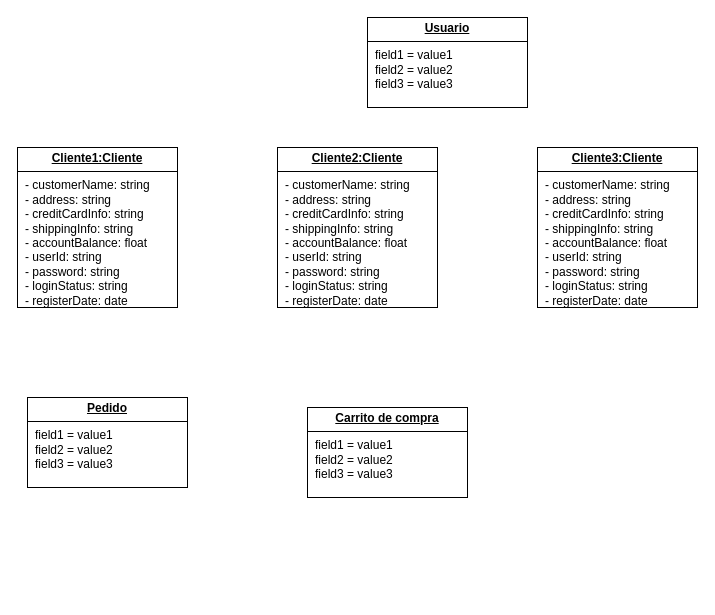
GRMiguelAngel/ETS keeps this draw.io diagram as Diagrama de objetos/Tarea_DO/tarea_asociada2.drawio. Above is the earlier version. Source tidied: cells renumbered, new cells numbered last; positions are measured from the earlier drawing's top-left corner, leaving out a move shared by most shapes. Both pictures are drawn from the tidied source at 100%, with x=0, y=0 at pixel (17, 17).
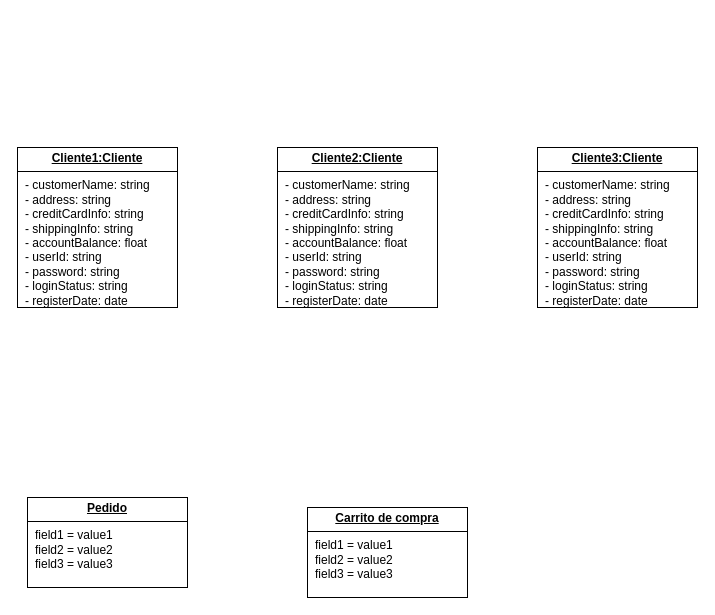
After the change.

Change to the diagram source:
```diff
@@
 <mxGraphModel>
   <root>
     <mxCell id="0" />
     <mxCell id="1" parent="0" />
-    <mxCell id="2" value="&lt;p style=&quot;margin:0px;margin-top:4px;text-align:center;text-decoration:underline;&quot;&gt;&lt;b&gt;Usuario&lt;/b&gt;&lt;br&gt;&lt;/p&gt;&lt;hr style=&quot;border-style:solid;&quot; size=&quot;1&quot;&gt;&lt;p style=&quot;margin:0px;margin-left:8px;&quot;&gt;field1 = value1&lt;br&gt;field2 = value2&lt;br&gt;field3 = value3&lt;/p&gt;" style="verticalAlign=top;align=left;overflow=fill;html=1;whiteSpace=wrap;" parent="1" vertex="1">
-      <mxGeometry x="350" width="160" height="90" as="geometry" />
-    </mxCell>
     <mxCell id="3" value="&lt;p style=&quot;margin:0px;margin-top:4px;text-align:center;text-decoration:underline;&quot;&gt;&lt;b&gt;Pedido&lt;/b&gt;&lt;br&gt;&lt;/p&gt;&lt;hr style=&quot;border-style:solid;&quot; size=&quot;1&quot;&gt;&lt;p style=&quot;margin:0px;margin-left:8px;&quot;&gt;field1 = value1&lt;br&gt;field2 = value2&lt;br&gt;field3 = value3&lt;/p&gt;" style="verticalAlign=top;align=left;overflow=fill;html=1;whiteSpace=wrap;" parent="1" vertex="1">
-      <mxGeometry x="10" y="380" width="160" height="90" as="geometry" />
+      <mxGeometry x="10" y="480" width="160" height="90" as="geometry" />
     </mxCell>
+    <mxCell id="5" value="&lt;p style=&quot;margin:0px;margin-top:4px;text-align:center;text-decoration:underline;&quot;&gt;&lt;b&gt;Cliente1:Cliente&lt;/b&gt;&lt;br&gt;&lt;/p&gt;&lt;hr style=&quot;border-style:solid;&quot; size=&quot;1&quot;&gt;&lt;p style=&quot;margin:0px;margin-left:8px;&quot;&gt;- customerName: string&lt;/p&gt;&lt;p style=&quot;margin:0px;margin-left:8px;&quot;&gt;- address: string&lt;/p&gt;&lt;p style=&quot;margin:0px;margin-left:8px;&quot;&gt;- creditCardInfo: string&lt;/p&gt;&lt;p style=&quot;margin:0px;margin-left:8px;&quot;&gt;- shippingInfo: string&lt;/p&gt;&lt;p style=&quot;margin:0px;margin-left:8px;&quot;&gt;- accountBalance: float&lt;/p&gt;&lt;p style=&quot;margin:0px;margin-left:8px;&quot;&gt;- userId: string&lt;/p&gt;&lt;p style=&quot;margin:0px;margin-left:8px;&quot;&gt;- password: string&lt;/p&gt;&lt;p style=&quot;margin:0px;margin-left:8px;&quot;&gt;- loginStatus: string&lt;/p&gt;&lt;p style=&quot;margin:0px;margin-left:8px;&quot;&gt;- registerDate: date&lt;br&gt;&lt;/p&gt;" style="verticalAlign=top;align=left;overflow=fill;html=1;whiteSpace=wrap;" parent="1" vertex="1">
+      <mxGeometry y="130" width="160" height="160" as="geometry" />
+    </mxCell>
     <mxCell id="4" value="&lt;p style=&quot;margin:0px;margin-top:4px;text-align:center;text-decoration:underline;&quot;&gt;&lt;b&gt;Carrito de compra&lt;/b&gt;&lt;br&gt;&lt;/p&gt;&lt;hr style=&quot;border-style:solid;&quot; size=&quot;1&quot;&gt;&lt;p style=&quot;margin:0px;margin-left:8px;&quot;&gt;field1 = value1&lt;br&gt;field2 = value2&lt;br&gt;field3 = value3&lt;/p&gt;" style="verticalAlign=top;align=left;overflow=fill;html=1;whiteSpace=wrap;" parent="1" vertex="1">
-      <mxGeometry x="290" y="390" width="160" height="90" as="geometry" />
+      <mxGeometry x="290" y="490" width="160" height="90" as="geometry" />
     </mxCell>
-    <mxCell id="5" value="&lt;p style=&quot;margin:0px;margin-top:4px;text-align:center;text-decoration:underline;&quot;&gt;&lt;b&gt;Cliente1:Cliente&lt;/b&gt;&lt;br&gt;&lt;/p&gt;&lt;hr style=&quot;border-style:solid;&quot; size=&quot;1&quot;&gt;&lt;p style=&quot;margin:0px;margin-left:8px;&quot;&gt;- customerName: string&lt;/p&gt;&lt;p style=&quot;margin:0px;margin-left:8px;&quot;&gt;- address: string&lt;/p&gt;&lt;p style=&quot;margin:0px;margin-left:8px;&quot;&gt;- creditCardInfo: string&lt;/p&gt;&lt;p style=&quot;margin:0px;margin-left:8px;&quot;&gt;- shippingInfo: string&lt;/p&gt;&lt;p style=&quot;margin:0px;margin-left:8px;&quot;&gt;- accountBalance: float&lt;/p&gt;&lt;p style=&quot;margin:0px;margin-left:8px;&quot;&gt;- userId: string&lt;/p&gt;&lt;p style=&quot;margin:0px;margin-left:8px;&quot;&gt;- password: string&lt;/p&gt;&lt;p style=&quot;margin:0px;margin-left:8px;&quot;&gt;- loginStatus: string&lt;/p&gt;&lt;p style=&quot;margin:0px;margin-left:8px;&quot;&gt;- registerDate: date&lt;br&gt;&lt;/p&gt;" style="verticalAlign=top;align=left;overflow=fill;html=1;whiteSpace=wrap;" parent="1" vertex="1">
-      <mxGeometry y="130" width="160" height="160" as="geometry" />
-    </mxCell>
     <mxCell id="6" style="edgeStyle=orthogonalEdgeStyle;rounded=0;orthogonalLoop=1;jettySize=auto;html=1;exitX=0.5;exitY=1;exitDx=0;exitDy=0;" parent="1" edge="1" source="5" target="5">
       <mxGeometry relative="1" as="geometry" />
     </mxCell>
     <mxCell id="7" value="&lt;p style=&quot;margin:0px;margin-top:4px;text-align:center;text-decoration:underline;&quot;&gt;&lt;b&gt;Cliente2:Cliente&lt;/b&gt;&lt;br&gt;&lt;/p&gt;&lt;hr style=&quot;border-style:solid;&quot; size=&quot;1&quot;&gt;&lt;p style=&quot;margin:0px;margin-left:8px;&quot;&gt;- customerName: string&lt;/p&gt;&lt;p style=&quot;margin:0px;margin-left:8px;&quot;&gt;- address: string&lt;/p&gt;&lt;p style=&quot;margin:0px;margin-left:8px;&quot;&gt;- creditCardInfo: string&lt;/p&gt;&lt;p style=&quot;margin:0px;margin-left:8px;&quot;&gt;- shippingInfo: string&lt;/p&gt;&lt;p style=&quot;margin:0px;margin-left:8px;&quot;&gt;- accountBalance: float&lt;/p&gt;&lt;p style=&quot;margin:0px;margin-left:8px;&quot;&gt;- userId: string&lt;/p&gt;&lt;p style=&quot;margin:0px;margin-left:8px;&quot;&gt;- password: string&lt;/p&gt;&lt;p style=&quot;margin:0px;margin-left:8px;&quot;&gt;- loginStatus: string&lt;/p&gt;&lt;p style=&quot;margin:0px;margin-left:8px;&quot;&gt;- registerDate: date&lt;br&gt;&lt;/p&gt;" style="verticalAlign=top;align=left;overflow=fill;html=1;whiteSpace=wrap;" parent="1" vertex="1">
       <mxGeometry x="260" y="130" width="160" height="160" as="geometry" />
     </mxCell>
     <mxCell id="8" style="edgeStyle=orthogonalEdgeStyle;rounded=0;orthogonalLoop=1;jettySize=auto;html=1;exitX=0.5;exitY=1;exitDx=0;exitDy=0;" parent="1" edge="1" source="7" target="7">
       <mxGeometry relative="1" as="geometry" />
     </mxCell>
     <mxCell id="9" value="&lt;p style=&quot;margin:0px;margin-top:4px;text-align:center;text-decoration:underline;&quot;&gt;&lt;b&gt;Cliente3:Cliente&lt;/b&gt;&lt;br&gt;&lt;/p&gt;&lt;hr style=&quot;border-style:solid;&quot; size=&quot;1&quot;&gt;&lt;p style=&quot;margin:0px;margin-left:8px;&quot;&gt;- customerName: string&lt;/p&gt;&lt;p style=&quot;margin:0px;margin-left:8px;&quot;&gt;- address: string&lt;/p&gt;&lt;p style=&quot;margin:0px;margin-left:8px;&quot;&gt;- creditCardInfo: string&lt;/p&gt;&lt;p style=&quot;margin:0px;margin-left:8px;&quot;&gt;- shippingInfo: string&lt;/p&gt;&lt;p style=&quot;margin:0px;margin-left:8px;&quot;&gt;- accountBalance: float&lt;/p&gt;&lt;p style=&quot;margin:0px;margin-left:8px;&quot;&gt;- userId: string&lt;/p&gt;&lt;p style=&quot;margin:0px;margin-left:8px;&quot;&gt;- password: string&lt;/p&gt;&lt;p style=&quot;margin:0px;margin-left:8px;&quot;&gt;- loginStatus: string&lt;/p&gt;&lt;p style=&quot;margin:0px;margin-left:8px;&quot;&gt;- registerDate: date&lt;br&gt;&lt;/p&gt;" style="verticalAlign=top;align=left;overflow=fill;html=1;whiteSpace=wrap;" parent="1" vertex="1">
       <mxGeometry x="520" y="130" width="160" height="160" as="geometry" />
     </mxCell>
     <mxCell id="10" style="edgeStyle=orthogonalEdgeStyle;rounded=0;orthogonalLoop=1;jettySize=auto;html=1;exitX=0.5;exitY=1;exitDx=0;exitDy=0;" parent="1" edge="1" source="9" target="9">
       <mxGeometry relative="1" as="geometry" />
     </mxCell>
   </root>
 </mxGraphModel>
```
